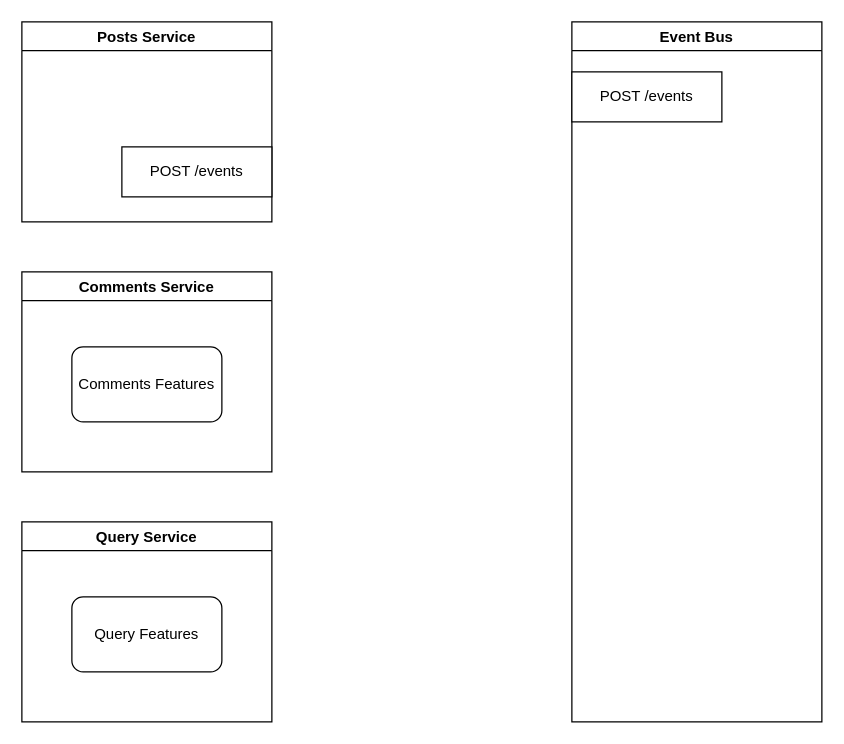
vidhirkaup/diagrams keeps this draw.io diagram as microservices.drawio. Above is the earlier version. Source tidied: cells renumbered, new cells numbered last; positions are measured from the earlier drawing's top-left corner, leaving out a move shared by most shapes. Both pictures are drawn from the tidied source at 125%, with x=0, y=0 at pixel (21, 21).
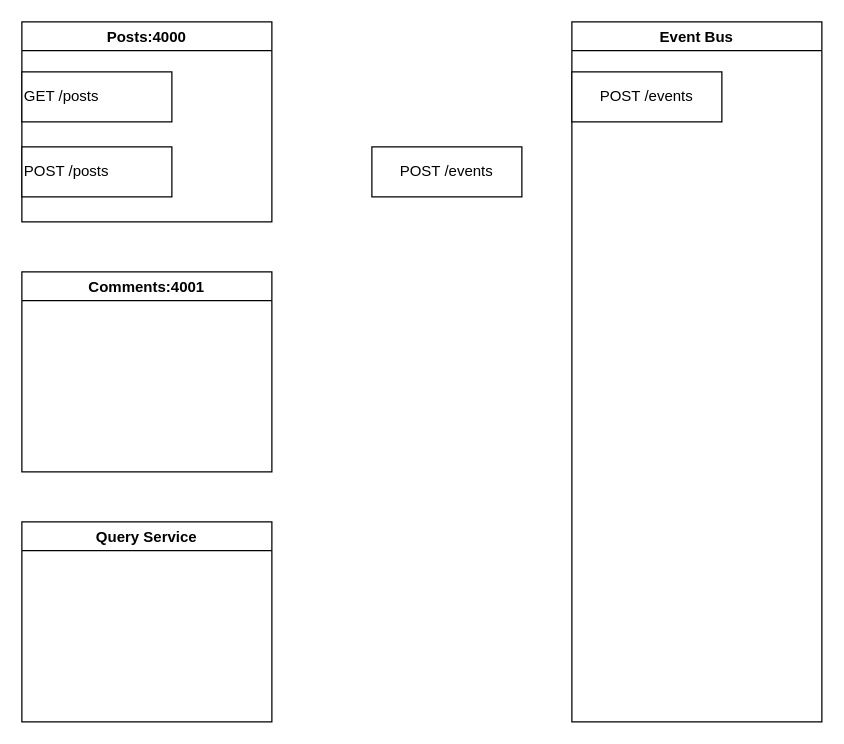
After the change.

What changed in the source:
```diff
@@
 <mxGraphModel>
   <root>
     <mxCell id="0" />
     <mxCell id="1" parent="0" />
-    <mxCell id="2" value="Posts Service" style="swimlane;" parent="1" vertex="1">
+    <mxCell id="2" value="Posts:4000" style="swimlane;" parent="1" vertex="1">
       <mxGeometry width="200" height="160" as="geometry" />
     </mxCell>
-    <mxCell id="3" value="POST /events" style="rounded=0;whiteSpace=wrap;html=1;" parent="2" vertex="1">
-      <mxGeometry x="80" y="100" width="120" height="40" as="geometry" />
-    </mxCell>
+    <mxCell id="10" value="GET /posts" style="rounded=0;whiteSpace=wrap;html=1;align=left;" parent="2" vertex="1">
+      <mxGeometry y="40" width="120" height="40" as="geometry" />
+    </mxCell>
+    <mxCell id="11" value="POST /posts" style="rounded=0;whiteSpace=wrap;html=1;align=left;" parent="2" vertex="1">
+      <mxGeometry y="100" width="120" height="40" as="geometry" />
+    </mxCell>
-    <mxCell id="4" value="Comments Service" style="swimlane;" parent="1" vertex="1">
+    <mxCell id="4" value="Comments:4001" style="swimlane;" parent="1" vertex="1">
       <mxGeometry y="200" width="200" height="160" as="geometry" />
     </mxCell>
-    <mxCell id="5" value="Comments Features" style="rounded=1;whiteSpace=wrap;html=1;" parent="4" vertex="1">
-      <mxGeometry x="40" y="60" width="120" height="60" as="geometry" />
-    </mxCell>
     <mxCell id="6" value="Query Service" style="swimlane;" parent="1" vertex="1">
       <mxGeometry y="400" width="200" height="160" as="geometry" />
     </mxCell>
-    <mxCell id="7" value="Query Features" style="rounded=1;whiteSpace=wrap;html=1;" parent="6" vertex="1">
-      <mxGeometry x="40" y="60" width="120" height="60" as="geometry" />
-    </mxCell>
     <mxCell id="8" value="Event Bus" style="swimlane;" parent="1" vertex="1">
       <mxGeometry x="440" width="200" height="560" as="geometry" />
     </mxCell>
     <mxCell id="9" value="POST /events" style="rounded=0;whiteSpace=wrap;html=1;" parent="8" vertex="1">
       <mxGeometry y="40" width="120" height="40" as="geometry" />
     </mxCell>
+    <mxCell id="3" value="POST /events" style="rounded=0;whiteSpace=wrap;html=1;" parent="1" vertex="1">
+      <mxGeometry x="280" y="100" width="120" height="40" as="geometry" />
+    </mxCell>
   </root>
 </mxGraphModel>
```
